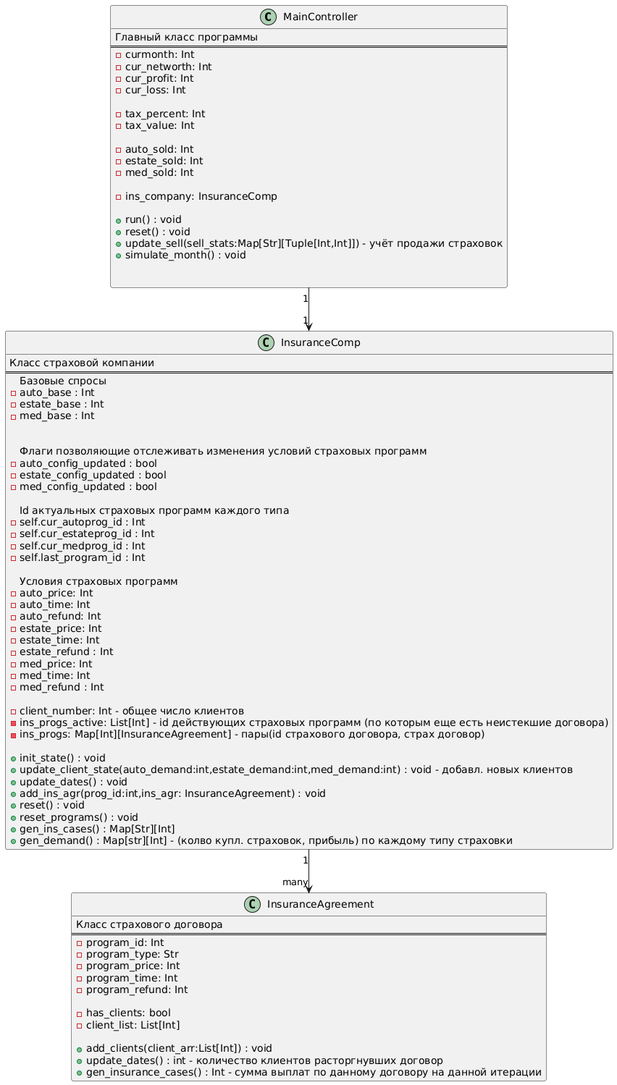
grishchenkoalexey2004/prac_8th_term keeps this PlantUML diagram as diagram_image.png. Above is the earlier version.
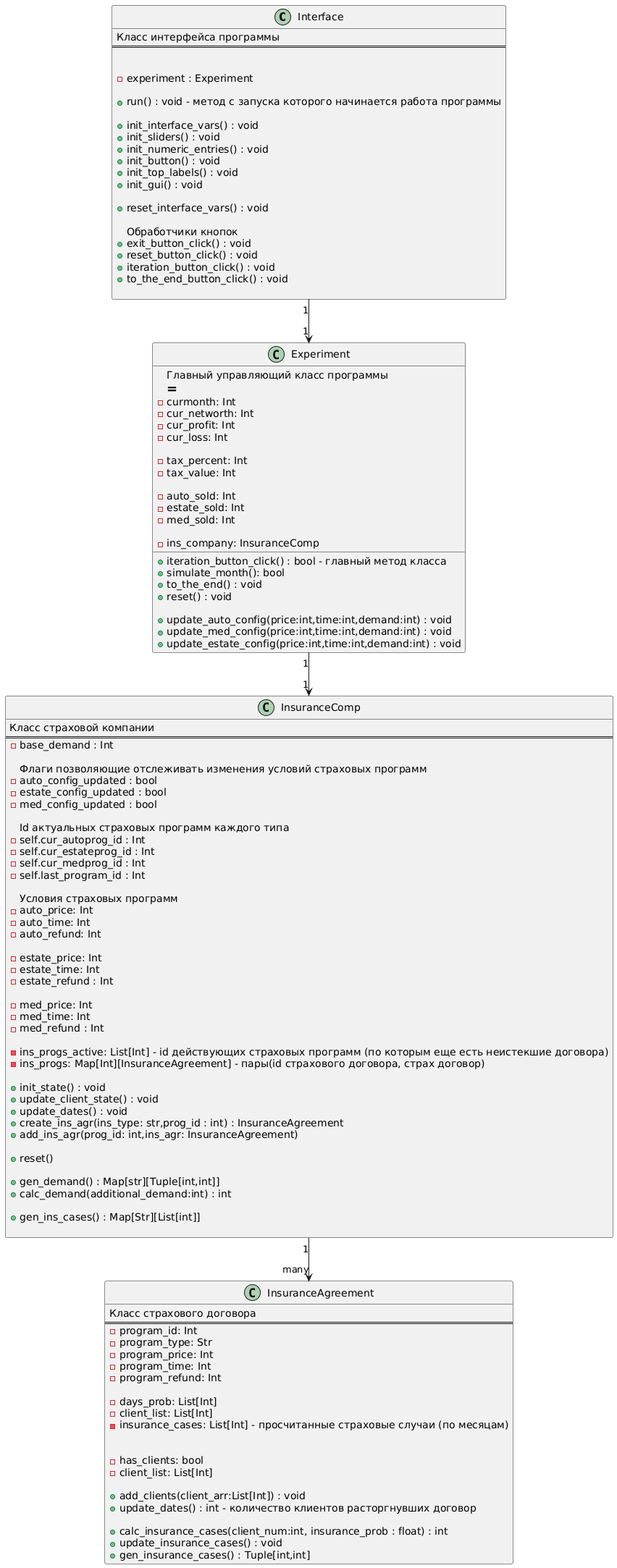
The same file after the commit.

Commit message:
Fixed diagram class

Change to the diagram source:
```diff
@@ -1,6 +1,33 @@
 @startuml
-class MainController {
-Главный класс программы
+class Interface {
+Класс интерфейса программы
+==
+
+
+    - experiment : Experiment
+
+    + run() : void - метод с запуска которого начинается работа программы
+
+    + init_interface_vars() : void
+    + init_sliders() : void
+    + init_numeric_entries() : void
+    + init_button() : void
+    + init_top_labels() : void
+    + init_gui() : void
+
+    + reset_interface_vars() : void
+
+    Обработчики кнопок
+    + exit_button_click() : void
+    + reset_button_click() : void
+    + iteration_button_click() : void
+    + to_the_end_button_click() : void
+
+}
+
+
+class Experiment {
+Главный управляющий класс программы
 ==
     - curmonth: Int
     - cur_networth: Int
@@ -16,22 +43,22 @@
 
     - ins_company: InsuranceComp
 
-    + run() : void
+    + iteration_button_click() : bool - главный метод класса
+    + simulate_month(): bool
+
+    + to_the_end() : void
     + reset() : void
-    + update_sell(sell_stats:Map[Str][Tuple[Int,Int]]) - учёт продажи страховок
-    + simulate_month() : void
 
+    + update_auto_config(price:int,time:int,demand:int) : void
+    + update_med_config(price:int,time:int,demand:int) : void
+    + update_estate_config(price:int,time:int,demand:int) : void
 
 }
 
 class InsuranceComp{
 Класс страховой компании
 ==
-    Базовые спросы
-    - auto_base : Int
-    - estate_base : Int
-    - med_base : Int
-
+    - base_demand : Int
 
     Флаги позволяющие отслеживать изменения условий страховых программ
     - auto_config_updated : bool
@@ -48,25 +75,31 @@
     - auto_price: Int
     - auto_time: Int
     - auto_refund: Int
+
     - estate_price: Int
     - estate_time: Int
     - estate_refund : Int
+
     - med_price: Int
     - med_time: Int
     - med_refund : Int
 
-    - client_number: Int - общее число клиентов
     - ins_progs_active: List[Int] - id действующих страховых программ (по которым еще есть неистекшие договора)
     - ins_progs: Map[Int][InsuranceAgreement] - пары(id страхового договора, страх договор)
 
     + init_state() : void
-    + update_client_state(auto_demand:int,estate_demand:int,med_demand:int) : void - добавл. новых клиентов
+    + update_client_state() : void
     + update_dates() : void
-    + add_ins_agr(prog_id:int,ins_agr: InsuranceAgreement) : void
-    + reset() : void
-    + reset_programs() : void
-    + gen_ins_cases() : Map[Str][Int]
-    + gen_demand() : Map[str][Int] - (колво купл. страховок, прибыль) по каждому типу страховки
+    + create_ins_agr(ins_type: str,prog_id : int) : InsuranceAgreement
+    + add_ins_agr(prog_id: int,ins_agr: InsuranceAgreement)
+
+    + reset()
+
+    + gen_demand() : Map[str][Tuple[int,int]]
+    + calc_demand(additional_demand:int) : int
+
+    + gen_ins_cases() : Map[Str][List[int]]
+
 }
 
 
@@ -79,14 +112,23 @@
     - program_time: Int
     - program_refund: Int
 
+    - days_prob: List[Int]
+    - client_list: List[Int]
+    - insurance_cases: List[Int] - просчитанные страховые случаи (по месяцам)
+
+
     - has_clients: bool
     - client_list: List[Int]
 
     + add_clients(client_arr:List[Int]) : void
     + update_dates() : int - количество клиентов расторгнувших договор
-    + gen_insurance_cases() : Int - сумма выплат по данному договору на данной итерации
+
+    + calc_insurance_cases(client_num:int, insurance_prob : float) : int
+    + update_insurance_cases() : void
+    + gen_insurance_cases() : Tuple[int,int]
 }
 
-MainController "1" --> "1" InsuranceComp
+Interface "1" --> "1" Experiment
+Experiment "1" --> "1" InsuranceComp
 InsuranceComp "1" --> "many" InsuranceAgreement
 @enduml
```
